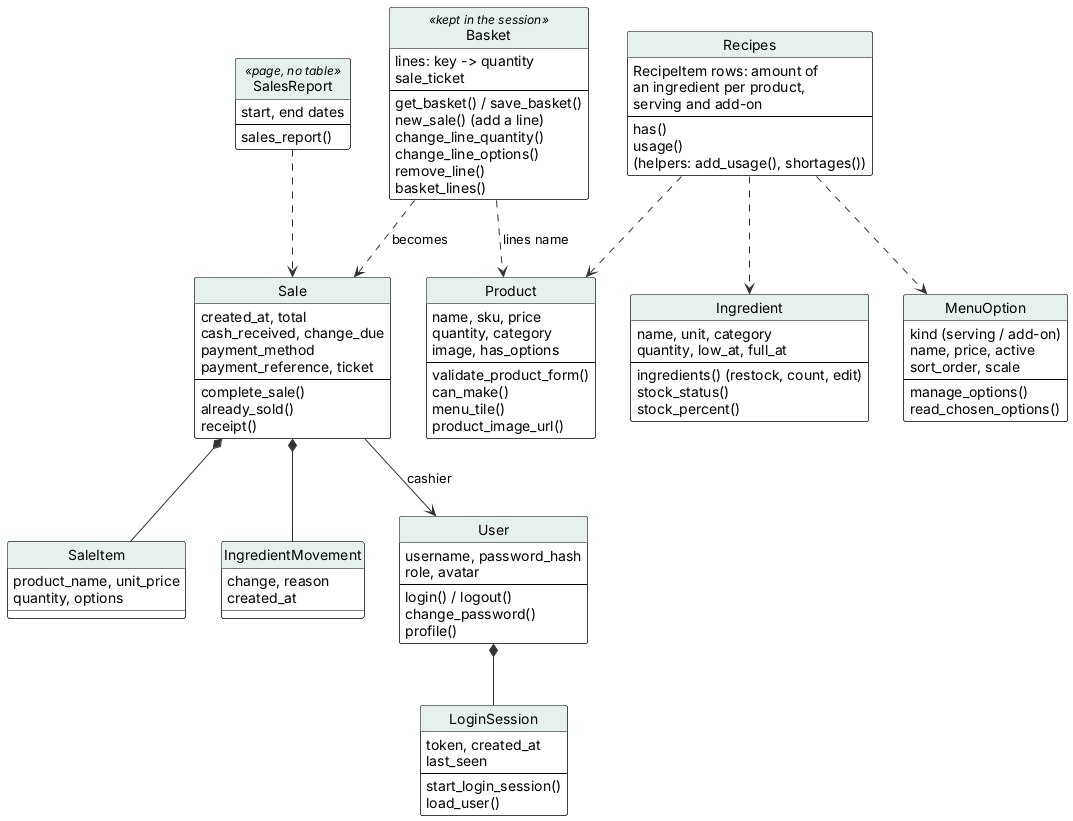
JmlAsync/inventory-pos-system keeps this PlantUML diagram as diagrams/uml/29_object_classes.png. Above is the earlier version. Its diagram source:
```plantuml
@startuml
skinparam defaultFontName Arial
skinparam shadowing false
skinparam ArrowColor #333333
skinparam rectangle {
  BackgroundColor White
  BorderColor Black
}
skinparam usecase {
  BackgroundColor White
  BorderColor Black
}
skinparam class {
  BackgroundColor White
  BorderColor Black
  HeaderBackgroundColor #E6F1EE
}
skinparam activity {
  BackgroundColor White
  BorderColor Black
}
skinparam state {
  BackgroundColor White
  BorderColor Black
}
skinparam sequence {
  ParticipantBackgroundColor White
  ParticipantBorderColor Black
  LifeLineBorderColor #888888
  ActorBorderColor Black
  ActorBackgroundColor White
}
skinparam note {
  BackgroundColor #FFFBEA
  BorderColor #C9B458
}
skinparam swimlaneWidth same
hide circle

skinparam class {
  BackgroundColor White
  BorderColor Black
  HeaderBackgroundColor #E6F1EE
}
class Product {
  name, sku, price
  quantity, category
  image, has_options
  --
  validate_product_form()
  can_make()
  menu_tile()
  product_image_url()
}
class Basket <<kept in the session>> {
  lines: key -> quantity
  sale_ticket
  --
  get_basket() / save_basket()
  new_sale() (add a line)
  change_line_quantity()
  change_line_options()
  remove_line()
  basket_lines()
}
class Sale {
  created_at, total
  cash_received, change_due
  payment_method
  payment_reference, ticket
  --
  complete_sale()
  already_sold()
  receipt()
}
class SaleItem {
  product_name, unit_price
  quantity, options
}
class Recipes {
  RecipeItem rows: amount of
  an ingredient per product,
  serving and add-on
  --
  has()
  usage()
  (helpers: add_usage(), shortages())
}
class Ingredient {
  name, unit, category
  quantity, low_at, full_at
  --
  ingredients() (restock, count, edit)
  stock_status()
  stock_percent()
}
class IngredientMovement {
  change, reason
  created_at
}
class MenuOption {
  kind (serving / add-on)
  name, price, active
  sort_order, scale
  --
  manage_options()
  read_chosen_options()
}
class User {
  username, password_hash
  role, avatar
  --
  login() / logout()
  change_password()
  profile()
}
class LoginSession {
  token, created_at
  last_seen
  --
  start_login_session()
  load_user()
}
class SalesReport <<page, no table>> {
  start, end dates
  --
  sales_report()
}
Basket ..> Product : lines name
Basket ..> Sale : becomes
Sale *-- SaleItem
Sale --> User : cashier
Sale *-- IngredientMovement
Recipes ..> Product
Recipes ..> Ingredient
Recipes ..> MenuOption
User *-- LoginSession
SalesReport ..> Sale
@enduml
```
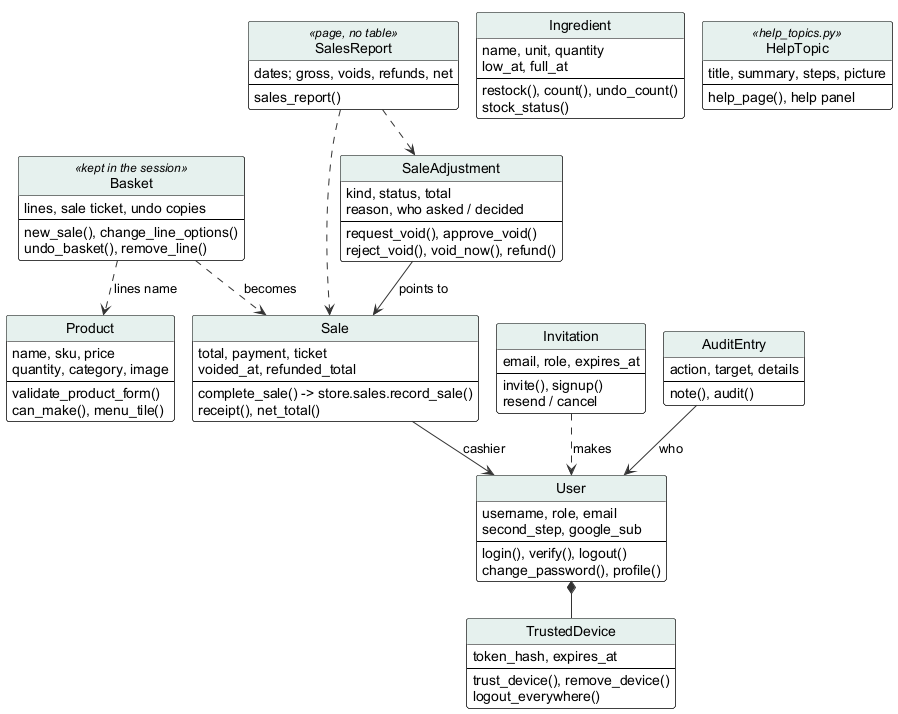
The same file after the commit.

Diff of the diagram source:
```diff
@@ -1,4 +1,5 @@
 @startuml
+!pragma layout smetana
 skinparam defaultFontName Arial
 skinparam shadowing false
 skinparam ArrowColor #333333
@@ -42,98 +43,81 @@
   BorderColor Black
   HeaderBackgroundColor #E6F1EE
 }
+class Basket <<kept in the session>> {
+  lines, sale ticket, undo copies
+  --
+  new_sale(), change_line_options()
+  undo_basket(), remove_line()
+}
+class Sale {
+  total, payment, ticket
+  voided_at, refunded_total
+  --
+  complete_sale() -> store.sales.record_sale()
+  receipt(), net_total()
+}
+class SaleAdjustment {
+  kind, status, total
+  reason, who asked / decided
+  --
+  request_void(), approve_void()
+  reject_void(), void_now(), refund()
+}
 class Product {
   name, sku, price
-  quantity, category
-  image, has_options
+  quantity, category, image
   --
   validate_product_form()
-  can_make()
-  menu_tile()
-  product_image_url()
-}
-class Basket <<kept in the session>> {
-  lines: key -> quantity
-  sale_ticket
-  --
-  get_basket() / save_basket()
-  new_sale() (add a line)
-  change_line_quantity()
-  change_line_options()
-  remove_line()
-  basket_lines()
-}
-class Sale {
-  created_at, total
-  cash_received, change_due
-  payment_method
-  payment_reference, ticket
-  --
-  complete_sale()
-  already_sold()
-  receipt()
-}
-class SaleItem {
-  product_name, unit_price
-  quantity, options
-}
-class Recipes {
-  RecipeItem rows: amount of
-  an ingredient per product,
-  serving and add-on
-  --
-  has()
-  usage()
-  (helpers: add_usage(), shortages())
+  can_make(), menu_tile()
 }
 class Ingredient {
-  name, unit, category
-  quantity, low_at, full_at
+  name, unit, quantity
+  low_at, full_at
   --
-  ingredients() (restock, count, edit)
+  restock(), count(), undo_count()
   stock_status()
-  stock_percent()
-}
-class IngredientMovement {
-  change, reason
-  created_at
-}
-class MenuOption {
-  kind (serving / add-on)
-  name, price, active
-  sort_order, scale
-  --
-  manage_options()
-  read_chosen_options()
 }
 class User {
-  username, password_hash
-  role, avatar
+  username, role, email
+  second_step, google_sub
   --
-  login() / logout()
-  change_password()
-  profile()
+  login(), verify(), logout()
+  change_password(), profile()
 }
-class LoginSession {
-  token, created_at
-  last_seen
+class Invitation {
+  email, role, expires_at
   --
-  start_login_session()
-  load_user()
+  invite(), signup()
+  resend / cancel
+}
+class TrustedDevice {
+  token_hash, expires_at
+  --
+  trust_device(), remove_device()
+  logout_everywhere()
+}
+class AuditEntry {
+  action, target, details
+  --
+  note(), audit()
 }
 class SalesReport <<page, no table>> {
-  start, end dates
+  dates; gross, voids, refunds, net
   --
   sales_report()
 }
+class HelpTopic <<help_topics.py>> {
+  title, summary, steps, picture
+  --
+  help_page(), help panel
+}
 Basket ..> Product : lines name
 Basket ..> Sale : becomes
-Sale *-- SaleItem
+SaleAdjustment --> Sale : points to
 Sale --> User : cashier
-Sale *-- IngredientMovement
-Recipes ..> Product
-Recipes ..> Ingredient
-Recipes ..> MenuOption
-User *-- LoginSession
+User *-- TrustedDevice
+Invitation ..> User : makes
+AuditEntry --> User : who
 SalesReport ..> Sale
+SalesReport ..> SaleAdjustment
 @enduml
```
